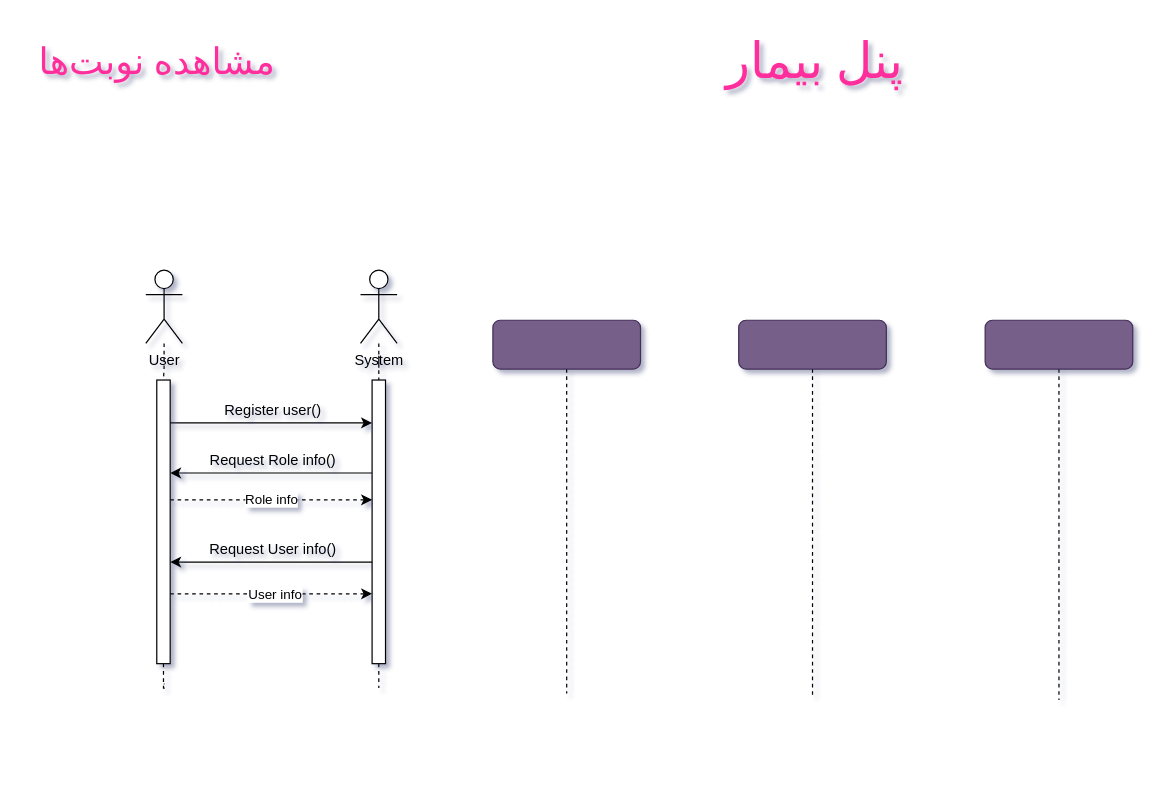
Earlier version of the draw.io diagram page "مشاهده نوبت‌‌ها" (11 of 20) of Sequence Diagram/SequenceDiagram.drawio (Matinrezaei/Software-Lab). Source tidied: cells renumbered, new cells numbered last; positions are measured from the earlier drawing's top-left corner, leaving out a move shared by most shapes. Both pictures are drawn from the tidied source at 122%, with x=0, y=0 at pixel (21, 21).
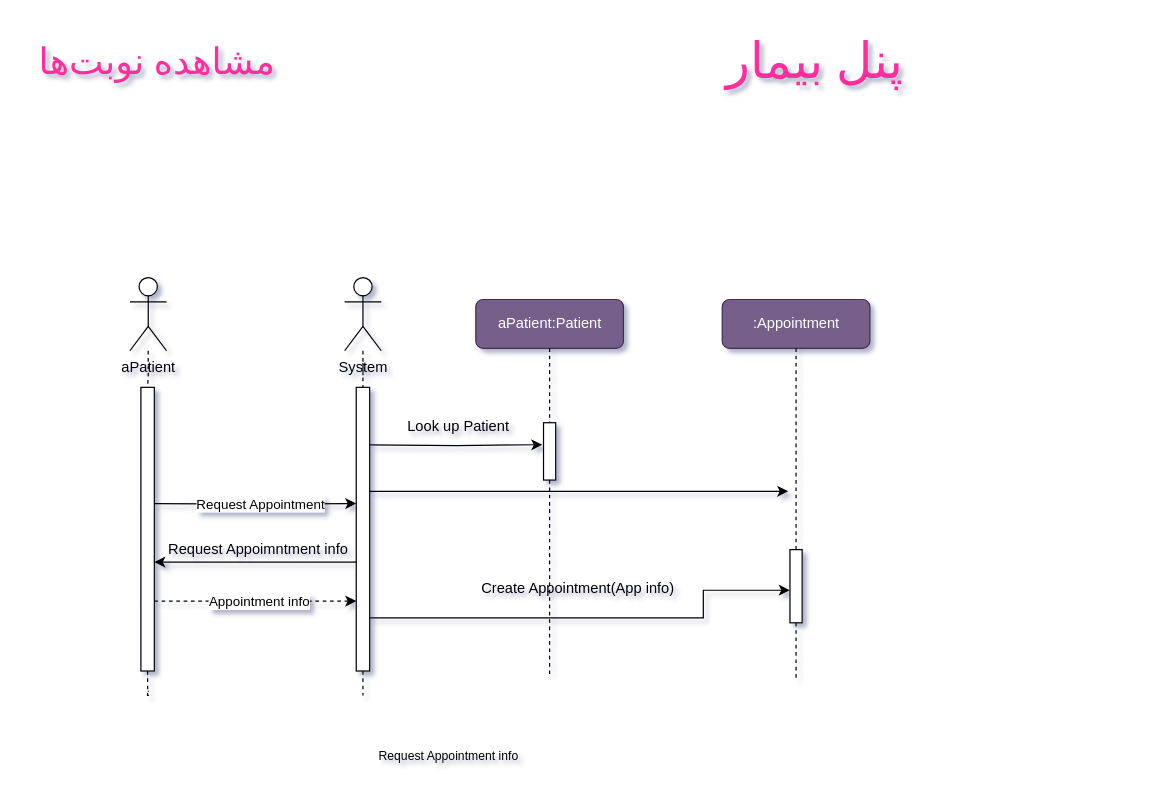
The same page after the edit.

What changed in the source:
```diff
@@
-    <mxCell id="4" style="edgeStyle=orthogonalEdgeStyle;rounded=0;jettySize=auto;html=1;dashed=1;endArrow=none;endFill=0;" parent="1" edge="1" source="13">
-      <mxGeometry relative="1" as="geometry">
-        <mxPoint x="117" y="542.8" as="targetPoint" />
-      </mxGeometry>
-    </mxCell>
-    <mxCell id="5" value="User" style="shape=umlActor;verticalLabelPosition=bottom;verticalAlign=top;html=1;outlineConnect=0;" parent="1" vertex="1">
-      <mxGeometry x="102" y="204" width="30" height="60" as="geometry" />
-    </mxCell>
-    <mxCell id="6" style="edgeStyle=orthogonalEdgeStyle;rounded=0;jettySize=auto;html=1;dashed=1;endArrow=none;endFill=0;" parent="1" edge="1" source="16">
-      <mxGeometry relative="1" as="geometry">
-        <mxPoint x="293" y="543.2" as="targetPoint" />
-      </mxGeometry>
-    </mxCell>
+    <mxCell id="27" style="edgeStyle=orthogonalEdgeStyle;rounded=0;jettySize=auto;html=1;dashed=1;endArrow=none;endFill=0;" parent="1" edge="1" source="35">
+      <mxGeometry relative="1" as="geometry">
+        <mxPoint x="104" y="548.8" as="targetPoint" />
+      </mxGeometry>
+    </mxCell>
+    <mxCell id="28" value="aPatient" style="shape=umlActor;verticalLabelPosition=bottom;verticalAlign=top;html=1;outlineConnect=0;" parent="1" vertex="1">
+      <mxGeometry x="89" y="210" width="30" height="60" as="geometry" />
+    </mxCell>
+    <mxCell id="29" style="edgeStyle=orthogonalEdgeStyle;rounded=0;jettySize=auto;html=1;dashed=1;endArrow=none;endFill=0;" parent="1" edge="1" source="39">
+      <mxGeometry relative="1" as="geometry">
+        <mxPoint x="280" y="549.2" as="targetPoint" />
+      </mxGeometry>
+    </mxCell>
     <mxCell id="7" value="System" style="shape=umlActor;verticalLabelPosition=bottom;verticalAlign=top;html=1;outlineConnect=0;" parent="1" vertex="1">
-      <mxGeometry x="278" y="204" width="30" height="60" as="geometry" />
+      <mxGeometry x="265" y="210" width="30" height="60" as="geometry" />
     </mxCell>
-    <mxCell id="8" style="edgeStyle=orthogonalEdgeStyle;rounded=0;jettySize=auto;html=1;dashed=1;endArrow=none;endFill=0;" parent="1" edge="1" source="5" target="13">
-      <mxGeometry relative="1" as="geometry" />
-    </mxCell>
-    <mxCell id="9" style="edgeStyle=orthogonalEdgeStyle;rounded=0;orthogonalLoop=1;jettySize=auto;html=1;entryX=0.5;entryY=1;entryDx=0;entryDy=0;" parent="1" edge="1">
-      <mxGeometry relative="1" as="geometry">
-        <mxPoint x="122" y="329.2" as="sourcePoint" />
-        <mxPoint x="287.5" y="329.2" as="targetPoint" />
-      </mxGeometry>
-    </mxCell>
-    <mxCell id="10" value="Role info" style="edgeStyle=orthogonalEdgeStyle;rounded=0;orthogonalLoop=1;jettySize=auto;html=1;entryX=0.5;entryY=1;entryDx=0;entryDy=0;dashed=1;" parent="1" edge="1">
-      <mxGeometry relative="1" as="geometry">
-        <mxPoint x="122" y="392.2" as="sourcePoint" />
-        <mxPoint x="287.5" y="392.2" as="targetPoint" />
-      </mxGeometry>
-    </mxCell>
-    <mxCell id="11" style="edgeStyle=orthogonalEdgeStyle;rounded=0;orthogonalLoop=1;jettySize=auto;html=1;entryX=0.5;entryY=1;entryDx=0;entryDy=0;dashed=1;" parent="1" edge="1">
-      <mxGeometry relative="1" as="geometry">
-        <mxPoint x="122" y="469.2" as="sourcePoint" />
-        <mxPoint x="287.5" y="469.2" as="targetPoint" />
-      </mxGeometry>
-    </mxCell>
-    <mxCell id="12" value="User info" style="edgeLabel;html=1;align=center;verticalAlign=middle;" parent="11" vertex="1">
-      <mxGeometry x="0.03" relative="1" as="geometry" />
-    </mxCell>
-    <mxCell id="13" style="rounded=0;whiteSpace=wrap;html=1;direction=south;" parent="1" vertex="1">
-      <mxGeometry x="111" y="294" width="11" height="232.5" as="geometry" />
-    </mxCell>
-    <mxCell id="14" style="edgeStyle=orthogonalEdgeStyle;rounded=0;jettySize=auto;html=1;dashed=1;endArrow=none;endFill=0;" parent="1" edge="1" source="7" target="16">
-      <mxGeometry relative="1" as="geometry" />
-    </mxCell>
-    <mxCell id="15" style="edgeStyle=orthogonalEdgeStyle;rounded=0;orthogonalLoop=1;jettySize=auto;html=1;entryX=0.5;entryY=0;entryDx=0;entryDy=0;" parent="1" edge="1">
-      <mxGeometry relative="1" as="geometry">
-        <mxPoint x="287.5" y="370.2" as="sourcePoint" />
-        <mxPoint x="122" y="370.2" as="targetPoint" />
-      </mxGeometry>
-    </mxCell>
-    <mxCell id="16" style="rounded=0;whiteSpace=wrap;html=1;direction=south;" parent="1" vertex="1">
-      <mxGeometry x="287.5" y="294" width="11" height="232.5" as="geometry" />
-    </mxCell>
-    <mxCell id="17" style="edgeStyle=orthogonalEdgeStyle;rounded=0;jettySize=auto;html=1;endArrow=none;endFill=0;dashed=1;" parent="1" edge="1" source="18">
-      <mxGeometry relative="1" as="geometry">
-        <mxPoint x="648.5" y="552" as="targetPoint" />
-      </mxGeometry>
-    </mxCell>
-    <mxCell id="18" style="rounded=1;whiteSpace=wrap;html=1;fillColor=#76608a;fontColor=#ffffff;strokeColor=#432D57;" parent="1" vertex="1">
-      <mxGeometry x="588" y="245" width="121" height="40" as="geometry" />
-    </mxCell>
-    <mxCell id="19" style="edgeStyle=orthogonalEdgeStyle;rounded=0;jettySize=auto;html=1;dashed=1;endArrow=none;endFill=0;" parent="1" edge="1" source="20">
-      <mxGeometry relative="1" as="geometry">
-        <mxPoint x="447" y="551" as="targetPoint" />
-      </mxGeometry>
-    </mxCell>
-    <mxCell id="20" style="rounded=1;whiteSpace=wrap;html=1;fillColor=#76608a;fontColor=#ffffff;strokeColor=#432D57;" parent="1" vertex="1">
-      <mxGeometry x="386.5" y="245" width="121" height="40" as="geometry" />
-    </mxCell>
-    <mxCell id="21" style="edgeStyle=orthogonalEdgeStyle;rounded=0;jettySize=auto;html=1;endArrow=none;endFill=0;dashed=1;" parent="1" edge="1" source="22">
-      <mxGeometry relative="1" as="geometry">
-        <mxPoint x="850.5" y="556.3" as="targetPoint" />
-      </mxGeometry>
-    </mxCell>
-    <mxCell id="22" style="rounded=1;whiteSpace=wrap;html=1;fillColor=#76608a;fontColor=#ffffff;strokeColor=#432D57;" parent="1" vertex="1">
-      <mxGeometry x="790" y="245" width="121" height="40" as="geometry" />
-    </mxCell>
-    <mxCell id="23" value="Register user()" style="text;html=1;align=center;verticalAlign=middle;strokeColor=none;fillColor=none;" parent="1" vertex="1">
-      <mxGeometry x="155" y="306" width="101" height="26" as="geometry" />
-    </mxCell>
-    <mxCell id="24" value="Request Role info()" style="text;html=1;align=center;verticalAlign=middle;strokeColor=none;fillColor=none;" parent="1" vertex="1">
-      <mxGeometry x="143" y="347" width="125" height="26" as="geometry" />
-    </mxCell>
-    <mxCell id="25" style="edgeStyle=orthogonalEdgeStyle;rounded=0;orthogonalLoop=1;jettySize=auto;html=1;entryX=0.5;entryY=0;entryDx=0;entryDy=0;" parent="1" edge="1">
-      <mxGeometry relative="1" as="geometry">
-        <mxPoint x="287.5" y="443.2" as="sourcePoint" />
-        <mxPoint x="122" y="443.2" as="targetPoint" />
-      </mxGeometry>
-    </mxCell>
-    <mxCell id="26" value="Request User info()" style="text;html=1;align=center;verticalAlign=middle;strokeColor=none;fillColor=none;" parent="1" vertex="1">
-      <mxGeometry x="143" y="420" width="126" height="26" as="geometry" />
-    </mxCell>
+    <mxCell id="30" style="edgeStyle=orthogonalEdgeStyle;rounded=0;jettySize=auto;html=1;dashed=1;endArrow=none;endFill=0;" parent="1" edge="1" source="28" target="35">
+      <mxGeometry relative="1" as="geometry" />
+    </mxCell>
+    <mxCell id="31" style="edgeStyle=orthogonalEdgeStyle;rounded=0;orthogonalLoop=1;jettySize=auto;html=1;entryX=0.5;entryY=1;entryDx=0;entryDy=0;dashed=1;" parent="1" edge="1">
+      <mxGeometry relative="1" as="geometry">
+        <mxPoint x="109" y="475.2" as="sourcePoint" />
+        <mxPoint x="274.5" y="475.2" as="targetPoint" />
+      </mxGeometry>
+    </mxCell>
+    <mxCell id="32" value="Appointment info" style="edgeLabel;html=1;align=center;verticalAlign=middle;" parent="31" vertex="1">
+      <mxGeometry x="0.03" relative="1" as="geometry" />
+    </mxCell>
+    <mxCell id="33" style="edgeStyle=orthogonalEdgeStyle;rounded=0;orthogonalLoop=1;jettySize=auto;html=1;entryX=0.5;entryY=1;entryDx=0;entryDy=0;" parent="1" edge="1">
+      <mxGeometry relative="1" as="geometry">
+        <mxPoint x="109" y="395.3" as="sourcePoint" />
+        <mxPoint x="274.5" y="395.2" as="targetPoint" />
+      </mxGeometry>
+    </mxCell>
+    <mxCell id="34" value="Request Appointment" style="edgeLabel;html=1;align=center;verticalAlign=middle;" parent="33" vertex="1">
+      <mxGeometry x="0.05" relative="1" as="geometry" />
+    </mxCell>
+    <mxCell id="35" style="rounded=0;whiteSpace=wrap;html=1;direction=south;" parent="1" vertex="1">
+      <mxGeometry x="98" y="300" width="11" height="232.5" as="geometry" />
+    </mxCell>
+    <mxCell id="36" style="edgeStyle=orthogonalEdgeStyle;rounded=0;jettySize=auto;html=1;dashed=1;endArrow=none;endFill=0;" parent="1" edge="1" source="7" target="39">
+      <mxGeometry relative="1" as="geometry" />
+    </mxCell>
+    <mxCell id="37" style="edgeStyle=orthogonalEdgeStyle;rounded=0;orthogonalLoop=1;jettySize=auto;html=1;" parent="1" edge="1">
+      <mxGeometry relative="1" as="geometry">
+        <mxPoint x="285.5" y="347.2" as="sourcePoint" />
+        <mxPoint x="427" y="347" as="targetPoint" />
+      </mxGeometry>
+    </mxCell>
+    <mxCell id="38" style="edgeStyle=orthogonalEdgeStyle;rounded=0;orthogonalLoop=1;jettySize=auto;html=1;" parent="1" edge="1">
+      <mxGeometry relative="1" as="geometry">
+        <mxPoint x="285.5" y="385.2" as="sourcePoint" />
+        <mxPoint x="628.6" y="385.2" as="targetPoint" />
+      </mxGeometry>
+    </mxCell>
+    <mxCell id="39" style="rounded=0;whiteSpace=wrap;html=1;direction=south;" parent="1" vertex="1">
+      <mxGeometry x="274.5" y="300" width="11" height="232.5" as="geometry" />
+    </mxCell>
+    <mxCell id="40" style="edgeStyle=orthogonalEdgeStyle;rounded=0;jettySize=auto;html=1;endArrow=none;endFill=0;dashed=1;" parent="1" edge="1" source="48">
+      <mxGeometry relative="1" as="geometry">
+        <mxPoint x="433" y="535" as="targetPoint" />
+      </mxGeometry>
+    </mxCell>
+    <mxCell id="41" value="aPatient:Patient" style="rounded=1;whiteSpace=wrap;html=1;fillColor=#76608a;fontColor=#ffffff;strokeColor=#432D57;" parent="1" vertex="1">
+      <mxGeometry x="372.5" y="228" width="121" height="40" as="geometry" />
+    </mxCell>
+    <mxCell id="42" style="edgeStyle=orthogonalEdgeStyle;rounded=0;jettySize=auto;html=1;endArrow=none;endFill=0;dashed=1;" parent="1" edge="1" source="51">
+      <mxGeometry relative="1" as="geometry">
+        <mxPoint x="635" y="539.3" as="targetPoint" />
+      </mxGeometry>
+    </mxCell>
+    <mxCell id="43" value=":Appointment" style="rounded=1;whiteSpace=wrap;html=1;fillColor=#76608a;fontColor=#ffffff;strokeColor=#432D57;" parent="1" vertex="1">
+      <mxGeometry x="574.5" y="228" width="121" height="40" as="geometry" />
+    </mxCell>
+    <mxCell id="44" style="edgeStyle=orthogonalEdgeStyle;rounded=0;orthogonalLoop=1;jettySize=auto;html=1;entryX=0.5;entryY=0;entryDx=0;entryDy=0;" parent="1" edge="1">
+      <mxGeometry relative="1" as="geometry">
+        <mxPoint x="274.5" y="443.2" as="sourcePoint" />
+        <mxPoint x="109" y="443.2" as="targetPoint" />
+      </mxGeometry>
+    </mxCell>
+    <mxCell id="45" value="Request Appoimntment info" style="text;html=1;align=center;verticalAlign=middle;strokeColor=none;fillColor=none;" parent="1" vertex="1">
+      <mxGeometry x="108" y="420" width="171" height="26" as="geometry" />
+    </mxCell>
+    <mxCell id="46" value="&lt;font style=&quot;font-size: 10px;&quot;&gt;Request Appointment info&lt;/font&gt;" style="text;html=1;align=center;verticalAlign=middle;strokeColor=none;fillColor=none;" parent="1" vertex="1">
+      <mxGeometry x="279" y="589" width="141" height="26" as="geometry" />
+    </mxCell>
+    <mxCell id="47" style="edgeStyle=orthogonalEdgeStyle;rounded=0;jettySize=auto;html=1;endArrow=none;endFill=0;dashed=1;" parent="1" edge="1" source="41" target="48">
+      <mxGeometry relative="1" as="geometry" />
+    </mxCell>
+    <mxCell id="48" style="rounded=0;whiteSpace=wrap;html=1;direction=south;" parent="1" vertex="1">
+      <mxGeometry x="428" y="329" width="10" height="47" as="geometry" />
+    </mxCell>
+    <mxCell id="49" value="Look up Patient" style="text;html=1;align=center;verticalAlign=middle;strokeColor=none;fillColor=none;" parent="1" vertex="1">
+      <mxGeometry x="306" y="319" width="103" height="26" as="geometry" />
+    </mxCell>
+    <mxCell id="50" style="edgeStyle=orthogonalEdgeStyle;rounded=0;jettySize=auto;html=1;endArrow=none;endFill=0;dashed=1;" parent="1" edge="1" source="43" target="51">
+      <mxGeometry relative="1" as="geometry" />
+    </mxCell>
+    <mxCell id="51" style="rounded=0;whiteSpace=wrap;html=1;direction=south;" parent="1" vertex="1">
+      <mxGeometry x="630" y="433" width="10" height="60" as="geometry" />
+    </mxCell>
+    <mxCell id="52" style="edgeStyle=orthogonalEdgeStyle;rounded=0;jettySize=auto;html=1;entryX=0.555;entryY=1.012;entryDx=0;entryDy=0;entryPerimeter=0;" parent="1" edge="1" source="39" target="51">
+      <mxGeometry relative="1" as="geometry">
+        <Array as="points">
+          <mxPoint x="559" y="489" />
+        </Array>
+      </mxGeometry>
+    </mxCell>
+    <mxCell id="53" value="&lt;font style=&quot;font-size: 12px;&quot;&gt;Create Appointment(App info)&lt;/font&gt;" style="text;html=1;align=center;verticalAlign=middle;strokeColor=none;fillColor=none;" parent="1" vertex="1">
+      <mxGeometry x="366" y="452" width="179" height="26" as="geometry" />
+    </mxCell>
```
